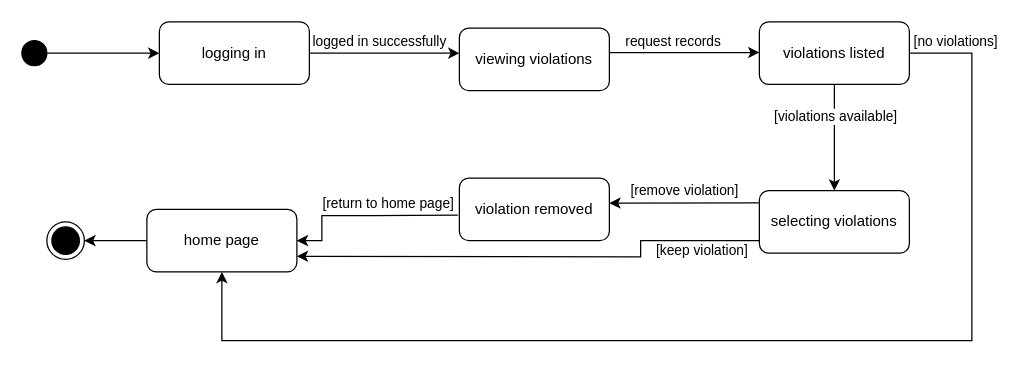
Above: page "Administration" (2 of 3) of State Diagram.drawio in sarraGhali/Drone-parking-system (draw.io), before the change. Source tidied: cells renumbered, new cells numbered last; positions are measured from the earlier drawing's top-left corner, leaving out a move shared by most shapes. Both pictures are drawn from the tidied source at 125%, with x=0, y=0 at pixel (21, 21).
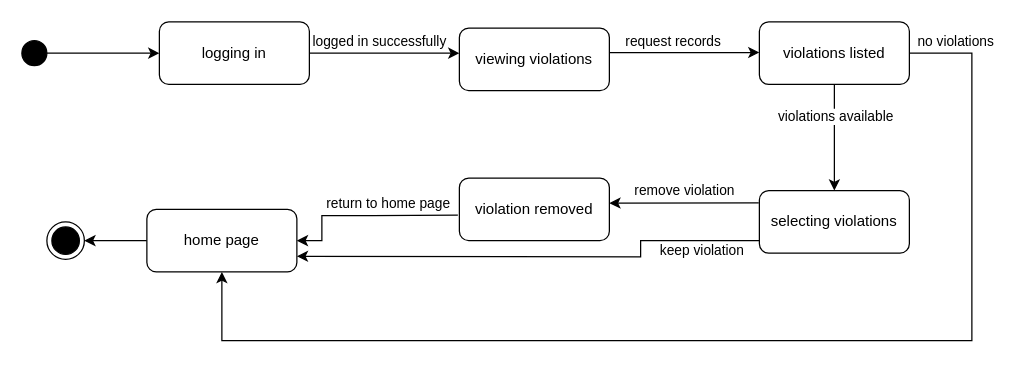
Above is the later version.

Unchanged cells that the change refers to:
```xml
<mxCell id="11" style="endArrow=classic;html=1;rounded=0;entryX=0.5;entryY=0;entryDx=0;entryDy=0;exitX=0.5;exitY=1;exitDx=0;exitDy=0;" parent="1" edge="1" target="13">
  <mxGeometry relative="1" as="geometry">
    <mxPoint x="650" y="50" as="sourcePoint" />
    <Array as="points">
      <mxPoint x="650" y="85" />
    </Array>
  </mxGeometry>
</mxCell>
<mxCell id="14" style="endArrow=classic;html=1;rounded=0;entryX=0.5;entryY=1;entryDx=0;entryDy=0;" parent="1" edge="1" target="22">
  <mxGeometry relative="1" as="geometry">
    <mxPoint x="710" y="25" as="sourcePoint" />
    <Array as="points">
      <mxPoint x="760" y="25" />
      <mxPoint x="760" y="255" />
      <mxPoint x="160" y="255" />
    </Array>
  </mxGeometry>
</mxCell>
<mxCell id="16" style="endArrow=classic;html=1;rounded=0;exitX=-0.004;exitY=0.195;exitDx=0;exitDy=0;exitPerimeter=0;" parent="1" edge="1" source="13">
  <mxGeometry relative="1" as="geometry">
    <mxPoint x="470" y="145" as="targetPoint" />
  </mxGeometry>
</mxCell>
<mxCell id="18" style="endArrow=classic;html=1;rounded=0;exitX=-0.004;exitY=0.195;exitDx=0;exitDy=0;exitPerimeter=0;entryX=1;entryY=0.75;entryDx=0;entryDy=0;" parent="1" edge="1" target="22">
  <mxGeometry relative="1" as="geometry">
    <mxPoint x="590" y="175" as="sourcePoint" />
    <Array as="points">
      <mxPoint x="495" y="175" />
      <mxPoint x="495" y="188" />
    </Array>
  </mxGeometry>
</mxCell>
<mxCell id="23" style="endArrow=classic;html=1;rounded=0;exitX=-0.01;exitY=0.593;exitDx=0;exitDy=0;exitPerimeter=0;entryX=1;entryY=0.5;entryDx=0;entryDy=0;" parent="1" edge="1" source="20" target="22">
  <mxGeometry relative="1" as="geometry">
    <Array as="points">
      <mxPoint x="280" y="155" />
      <mxPoint x="240" y="155" />
      <mxPoint x="240" y="175" />
    </Array>
  </mxGeometry>
</mxCell>
```

What changed in the source:
```diff
@@
-    <mxCell id="12" value="[violations available]" style="edgeLabel;html=1;align=center;verticalAlign=middle;" parent="11" vertex="1">
+    <mxCell id="12" value="violations available" style="edgeLabel;html=1;align=center;verticalAlign=middle;" parent="11" vertex="1">
       <mxGeometry x="-0.59" relative="1" as="geometry">
         <mxPoint y="8" as="offset" />
       </mxGeometry>
     </mxCell>
@@
-    <mxCell id="15" value="[no violations]" style="edgeLabel;html=1;align=center;verticalAlign=middle;" parent="14" vertex="1">
+    <mxCell id="15" value="no violations" style="edgeLabel;html=1;align=center;verticalAlign=middle;" parent="14" vertex="1">
       <mxGeometry x="-0.13" y="1" relative="1" as="geometry">
         <mxPoint x="113" y="-241" as="offset" />
       </mxGeometry>
     </mxCell>
@@
-    <mxCell id="17" value="[remove violation]" style="edgeLabel;html=1;align=center;verticalAlign=middle;" parent="16" vertex="1">
+    <mxCell id="17" value="remove violation" style="edgeLabel;html=1;align=center;verticalAlign=middle;" parent="16" vertex="1">
       <mxGeometry x="0.39" relative="1" as="geometry">
         <mxPoint x="23" y="-10" as="offset" />
       </mxGeometry>
     </mxCell>
@@
-    <mxCell id="19" value="[keep violation]" style="edgeLabel;html=1;align=center;verticalAlign=middle;" parent="18" vertex="1">
+    <mxCell id="19" value="keep violation" style="edgeLabel;html=1;align=center;verticalAlign=middle;" parent="18" vertex="1">
       <mxGeometry x="-0.28" y="1" relative="1" as="geometry">
         <mxPoint x="79" y="-6" as="offset" />
       </mxGeometry>
     </mxCell>
@@
-    <mxCell id="24" value="[return to home page]" style="edgeLabel;html=1;align=center;verticalAlign=middle;" parent="23" vertex="1">
+    <mxCell id="24" value="return to home page" style="edgeLabel;html=1;align=center;verticalAlign=middle;" parent="23" vertex="1">
       <mxGeometry x="-0.25" relative="1" as="geometry">
         <mxPoint y="-10" as="offset" />
       </mxGeometry>
     </mxCell>
```
